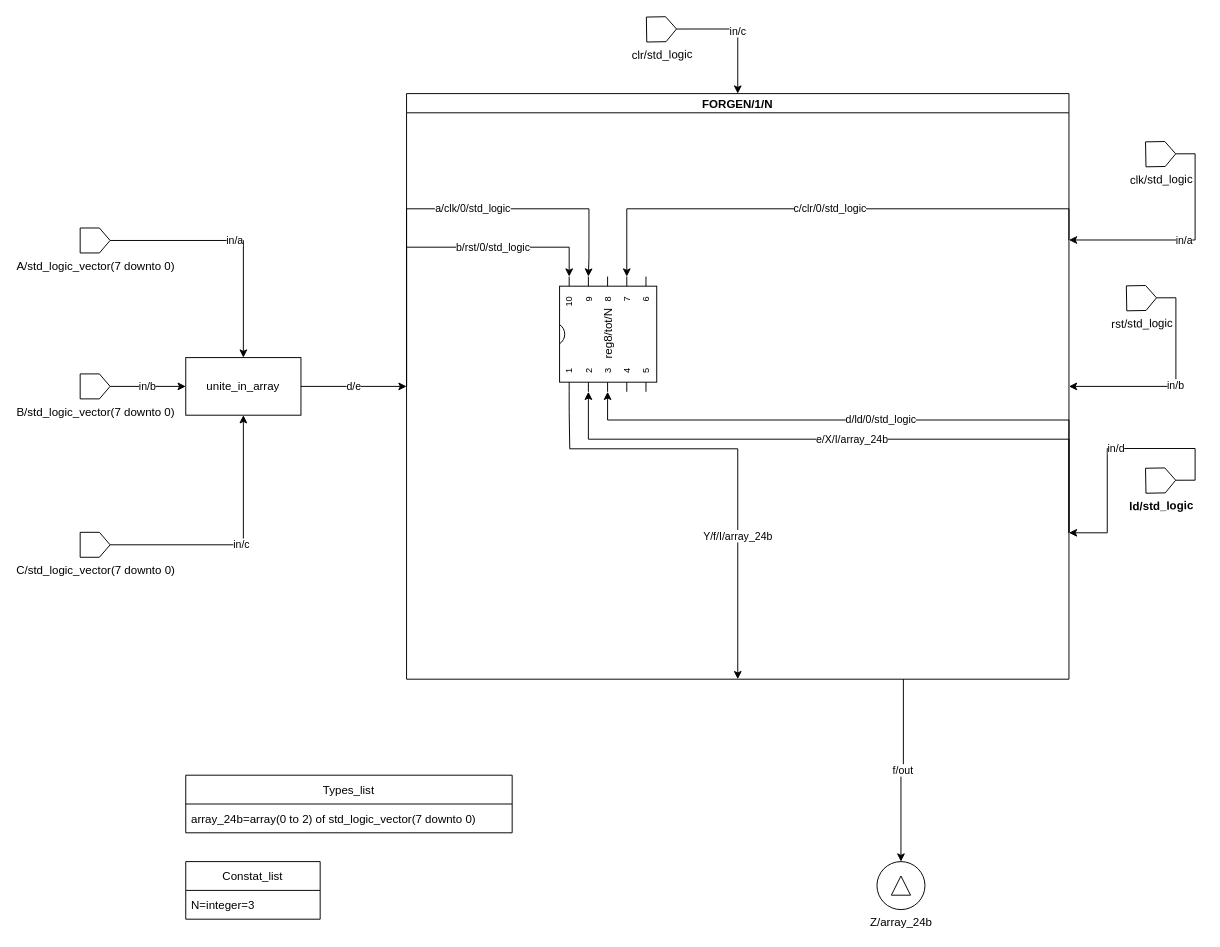
Before: page "Page-14" (14 of 15) of Untitled Diagram.drawio in Chewilog/RTL_GEN, a draw.io diagram. Source tidied: cells renumbered, new cells numbered last; positions are measured from the earlier drawing's top-left corner, leaving out a move shared by most shapes. Both pictures are drawn from the tidied source at 96%, with x=0, y=0 at pixel (80, 16).
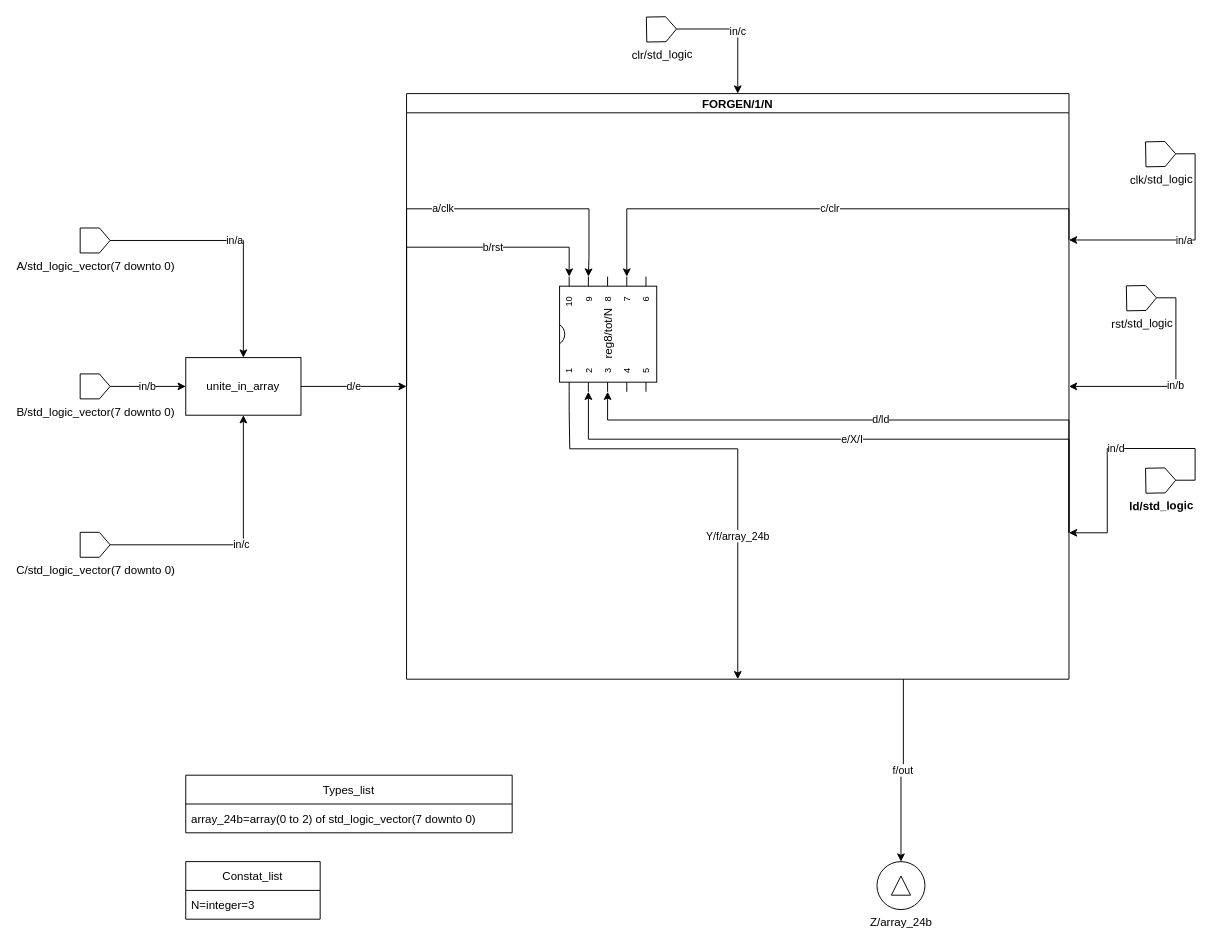
After the change.

The change refers to these unchanged cells:
```xml
<mxCell id="3" value="FORGEN/1/N" style="swimlane;startSize=20;horizontal=1;containerType=tree;enumerate=0;" parent="1" vertex="1">
  <mxGeometry x="340" y="80" width="690" height="610" as="geometry" />
</mxCell>
<mxCell id="5" value="reg8/tot/N" style="shadow=0;dashed=0;align=center;html=1;strokeWidth=1;shape=mxgraph.electrical.logic_gates.dual_inline_ic;labelNames=a,b,c,d,e,f,g,h,i,j,k,l,m,n,o,p,q,r,s,t;rotation=-90;pinLabelType=gen;" parent="3" vertex="1">
  <mxGeometry x="150" y="200" width="120" height="101.2" as="geometry" />
</mxCell>
```

Diff of the diagram source:
```diff
@@
-    <mxCell id="4" value="Y/f/I/array_24b" style="edgeStyle=orthogonalEdgeStyle;rounded=0;jettySize=auto;html=1;exitX=0;exitY=0;exitDx=0;exitDy=10;exitPerimeter=0;entryX=0.5;entryY=1;entryDx=0;entryDy=0;" parent="3" edge="1" source="5" target="3">
+    <mxCell id="4" value="Y/f/array_24b" style="edgeStyle=orthogonalEdgeStyle;rounded=0;jettySize=auto;html=1;exitX=0;exitY=0;exitDx=0;exitDy=10;exitPerimeter=0;entryX=0.5;entryY=1;entryDx=0;entryDy=0;" parent="3" edge="1" source="5" target="3">
       <mxGeometry x="0.37" relative="1" as="geometry">
         <Array as="points">
           <mxPoint x="169" y="331" />
           <mxPoint x="170" y="370" />
           <mxPoint x="200" y="370" />
         </Array>
       </mxGeometry>
     </mxCell>
@@
-    <mxCell id="6" value="c/clr/0/std_logic" style="edgeStyle=orthogonalEdgeStyle;rounded=0;comic=0;jettySize=auto;html=1;exitX=1;exitY=0.25;exitDx=0;exitDy=0;entryX=1;entryY=0;entryDx=0;entryDy=70;entryPerimeter=0;flowAnimation=0;" parent="3" edge="1" source="3" target="5">
+    <mxCell id="6" value="c/clr" style="edgeStyle=orthogonalEdgeStyle;rounded=0;comic=0;jettySize=auto;html=1;exitX=1;exitY=0.25;exitDx=0;exitDy=0;entryX=1;entryY=0;entryDx=0;entryDy=70;entryPerimeter=0;flowAnimation=0;" parent="3" edge="1" source="3" target="5">
       <mxGeometry relative="1" as="geometry">
         <Array as="points">
           <mxPoint x="229" y="120" />
         </Array>
       </mxGeometry>
     </mxCell>
-    <mxCell id="7" value="b/rst/0/std_logic" style="edgeStyle=orthogonalEdgeStyle;rounded=0;comic=0;jettySize=auto;html=1;exitX=0;exitY=0.5;exitDx=0;exitDy=0;entryX=1;entryY=0;entryDx=0;entryDy=10;entryPerimeter=0;" parent="3" edge="1" source="3" target="5">
+    <mxCell id="7" value="b/rst" style="edgeStyle=orthogonalEdgeStyle;rounded=0;comic=0;jettySize=auto;html=1;exitX=0;exitY=0.5;exitDx=0;exitDy=0;entryX=1;entryY=0;entryDx=0;entryDy=10;entryPerimeter=0;" parent="3" edge="1" source="3" target="5">
       <mxGeometry x="0.36" relative="1" as="geometry">
         <Array as="points">
           <mxPoint y="160" />
           <mxPoint x="169" y="160" />
         </Array>
       </mxGeometry>
     </mxCell>
-    <mxCell id="8" value="a/clk/0/std_logic" style="edgeStyle=orthogonalEdgeStyle;rounded=0;jettySize=auto;html=1;exitX=0;exitY=0.5;exitDx=0;exitDy=0;entryX=1;entryY=0;entryDx=0;entryDy=30;entryPerimeter=0;" parent="3" edge="1" source="3" target="5">
-      <mxGeometry x="0.14" relative="1" as="geometry">
+    <mxCell id="8" value="a/clk" style="edgeStyle=orthogonalEdgeStyle;rounded=0;jettySize=auto;html=1;exitX=0;exitY=0.5;exitDx=0;exitDy=0;entryX=1;entryY=0;entryDx=0;entryDy=30;entryPerimeter=0;" parent="3" edge="1" source="3" target="5">
+      <mxGeometry relative="1" as="geometry">
         <Array as="points">
           <mxPoint y="120" />
           <mxPoint x="190" y="120" />
           <mxPoint x="190" y="171" />
         </Array>
       </mxGeometry>
     </mxCell>
-    <mxCell id="9" value="e/X/I/array_24b" style="edgeStyle=orthogonalEdgeStyle;rounded=0;jettySize=auto;html=1;exitX=1;exitY=0.75;exitDx=0;exitDy=0;entryX=0;entryY=0;entryDx=0;entryDy=30;entryPerimeter=0;" parent="3" edge="1" source="3" target="5">
+    <mxCell id="9" value="e/X/I" style="edgeStyle=orthogonalEdgeStyle;rounded=0;jettySize=auto;html=1;exitX=1;exitY=0.75;exitDx=0;exitDy=0;entryX=0;entryY=0;entryDx=0;entryDy=30;entryPerimeter=0;" parent="3" edge="1" source="3" target="5">
       <mxGeometry relative="1" as="geometry">
         <Array as="points">
           <mxPoint x="189" y="360" />
         </Array>
       </mxGeometry>
     </mxCell>
-    <mxCell id="10" value="d/ld/0/std_logic" style="edgeStyle=orthogonalEdgeStyle;rounded=0;jettySize=auto;html=1;exitX=1;exitY=0.75;exitDx=0;exitDy=0;entryX=0;entryY=0;entryDx=0;entryDy=50;entryPerimeter=0;" parent="3" edge="1" source="3" target="5">
+    <mxCell id="10" value="d/ld" style="edgeStyle=orthogonalEdgeStyle;rounded=0;jettySize=auto;html=1;exitX=1;exitY=0.75;exitDx=0;exitDy=0;entryX=0;entryY=0;entryDx=0;entryDy=50;entryPerimeter=0;" parent="3" edge="1" source="3" target="5">
       <mxGeometry relative="1" as="geometry">
         <Array as="points">
           <mxPoint x="690" y="340" />
           <mxPoint x="209" y="340" />
         </Array>
       </mxGeometry>
     </mxCell>
```
